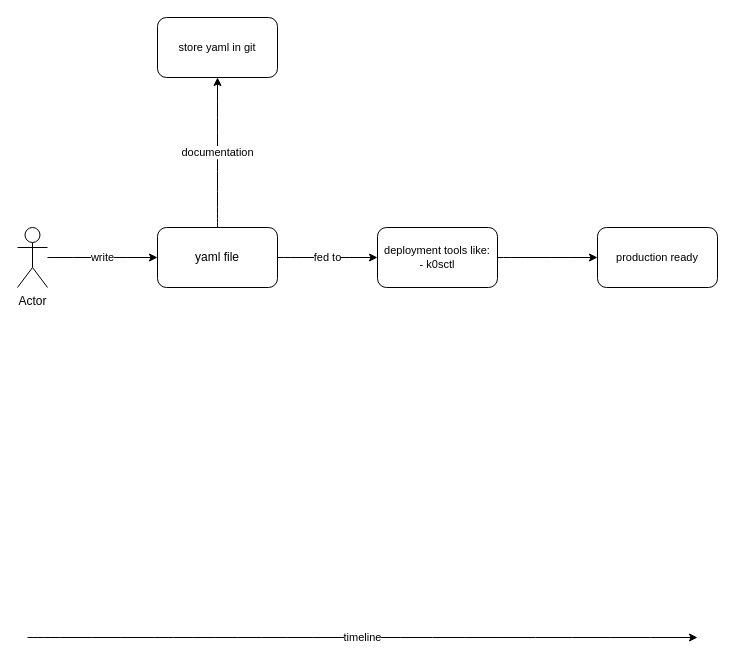
The draw.io diagram Untitled Diagram.drawio in molnia1311/drawio, before the edit. Source tidied: cells renumbered, new cells numbered last; positions are measured from the earlier drawing's top-left corner, leaving out a move shared by most shapes. Both pictures are drawn from the tidied source at 100%, with x=0, y=0 at pixel (17, 17).
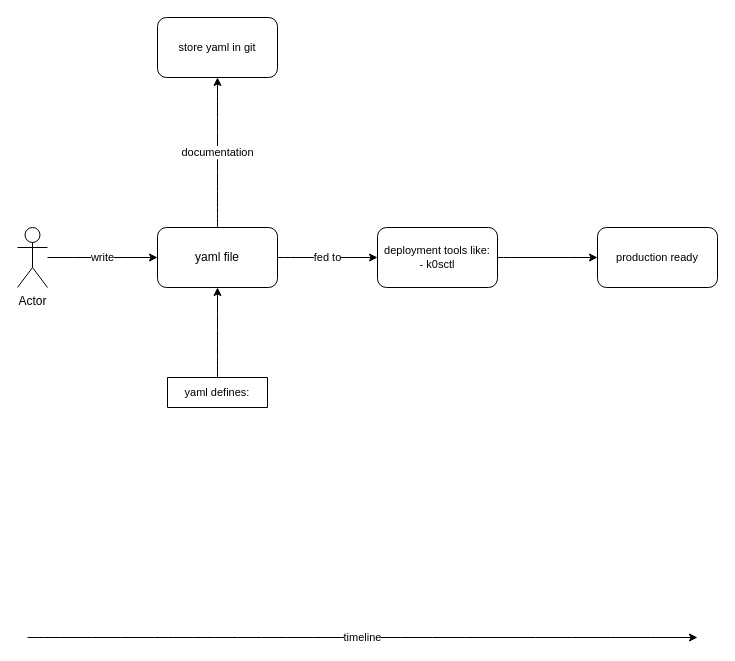
The same diagram, later.

The edit, as a diff of the source:
```diff
@@
 <mxGraphModel>
   <root>
     <mxCell id="0" />
     <mxCell id="1" parent="0" />
     <mxCell id="2" value="write" style="edgeStyle=orthogonalEdgeStyle;rounded=0;jettySize=auto;html=1;curved=1;" parent="1" edge="1" source="3" target="6">
       <mxGeometry relative="1" as="geometry" />
     </mxCell>
     <mxCell id="3" value="Actor" style="shape=umlActor;verticalLabelPosition=bottom;verticalAlign=top;html=1;outlineConnect=0;" parent="1" vertex="1">
       <mxGeometry y="210" width="30" height="60" as="geometry" />
     </mxCell>
     <mxCell id="4" value="fed to" style="edgeStyle=orthogonalEdgeStyle;shape=connector;curved=1;rounded=0;jettySize=auto;html=1;strokeColor=default;align=center;verticalAlign=middle;fontFamily=Helvetica;fontSize=11;fontColor=default;labelBackgroundColor=default;endArrow=classic;" parent="1" edge="1" source="6" target="9">
       <mxGeometry relative="1" as="geometry" />
     </mxCell>
     <mxCell id="5" value="documentation" style="edgeStyle=orthogonalEdgeStyle;shape=connector;curved=1;rounded=0;jettySize=auto;html=1;strokeColor=default;align=center;verticalAlign=middle;fontFamily=Helvetica;fontSize=11;fontColor=default;labelBackgroundColor=default;endArrow=classic;" parent="1" edge="1" source="6" target="10">
       <mxGeometry relative="1" as="geometry" />
     </mxCell>
     <mxCell id="6" value="yaml file" style="rounded=1;whiteSpace=wrap;html=1;" parent="1" vertex="1">
       <mxGeometry x="140" y="210" width="120" height="60" as="geometry" />
     </mxCell>
     <mxCell id="7" value="timeline" style="edgeStyle=none;orthogonalLoop=1;jettySize=auto;html=1;rounded=0;strokeColor=default;align=center;verticalAlign=middle;fontFamily=Helvetica;fontSize=11;fontColor=default;labelBackgroundColor=default;endArrow=classic;curved=1;" parent="1" edge="1">
       <mxGeometry relative="1" as="geometry">
         <mxPoint x="10" y="620" as="sourcePoint" />
         <mxPoint x="680" y="620" as="targetPoint" />
       </mxGeometry>
     </mxCell>
     <mxCell id="8" style="edgeStyle=orthogonalEdgeStyle;shape=connector;curved=1;rounded=0;jettySize=auto;html=1;entryX=0;entryY=0.5;entryDx=0;entryDy=0;strokeColor=default;align=center;verticalAlign=middle;fontFamily=Helvetica;fontSize=11;fontColor=default;labelBackgroundColor=default;endArrow=classic;" parent="1" edge="1" source="9" target="11">
       <mxGeometry relative="1" as="geometry" />
     </mxCell>
     <mxCell id="9" value="&lt;div&gt;deployment tools like:&lt;/div&gt;&lt;div&gt;- k0sctl&lt;/div&gt;" style="rounded=1;whiteSpace=wrap;html=1;fontFamily=Helvetica;fontSize=11;fontColor=default;labelBackgroundColor=default;" parent="1" vertex="1">
       <mxGeometry x="360" y="210" width="120" height="60" as="geometry" />
     </mxCell>
     <mxCell id="10" value="store yaml in git" style="rounded=1;whiteSpace=wrap;html=1;fontFamily=Helvetica;fontSize=11;fontColor=default;labelBackgroundColor=default;" parent="1" vertex="1">
       <mxGeometry x="140" width="120" height="60" as="geometry" />
     </mxCell>
     <mxCell id="11" value="production ready" style="rounded=1;whiteSpace=wrap;html=1;fontFamily=Helvetica;fontSize=11;fontColor=default;labelBackgroundColor=default;" parent="1" vertex="1">
       <mxGeometry x="580" y="210" width="120" height="60" as="geometry" />
     </mxCell>
+    <mxCell id="12" style="edgeStyle=orthogonalEdgeStyle;shape=connector;curved=1;rounded=0;jettySize=auto;html=1;strokeColor=default;align=center;verticalAlign=middle;fontFamily=Helvetica;fontSize=11;fontColor=default;labelBackgroundColor=default;endArrow=classic;" parent="1" edge="1" source="13" target="6">
+      <mxGeometry relative="1" as="geometry" />
+    </mxCell>
+    <mxCell id="13" value="yaml defines:" style="swimlane;fontStyle=0;horizontal=1;startSize=30;whiteSpace=wrap;html=1;fontFamily=Helvetica;fontSize=11;fontColor=default;labelBackgroundColor=default;" parent="1" vertex="1" collapsed="1">
+      <mxGeometry x="150" y="360" width="100" height="30" as="geometry" />
+    </mxCell>
   </root>
 </mxGraphModel>
```
